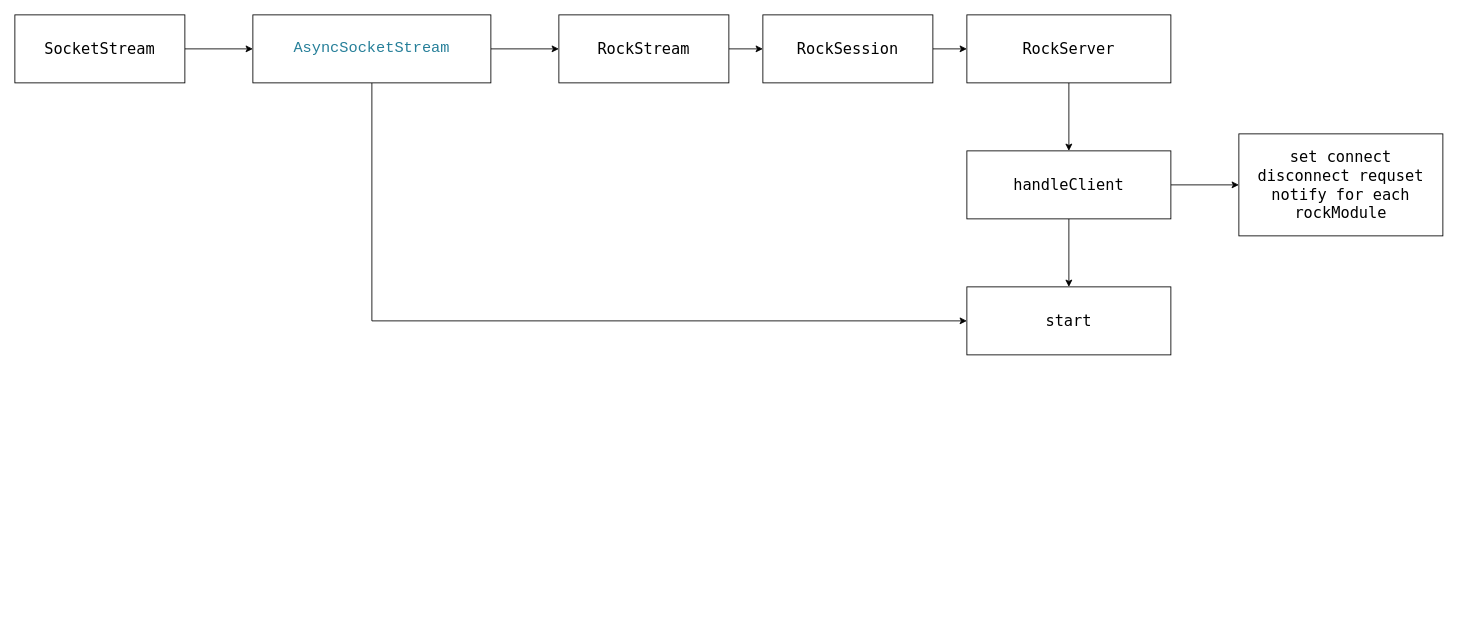
Earlier version of the draw.io diagram rockserver.drawio (Mn258/WebServer). Source tidied: cells renumbered, new cells numbered last; positions are measured from the earlier drawing's top-left corner, leaving out a move shared by most shapes. Both pictures are drawn from the tidied source at 85%, with x=0, y=0 at pixel (14, 14).
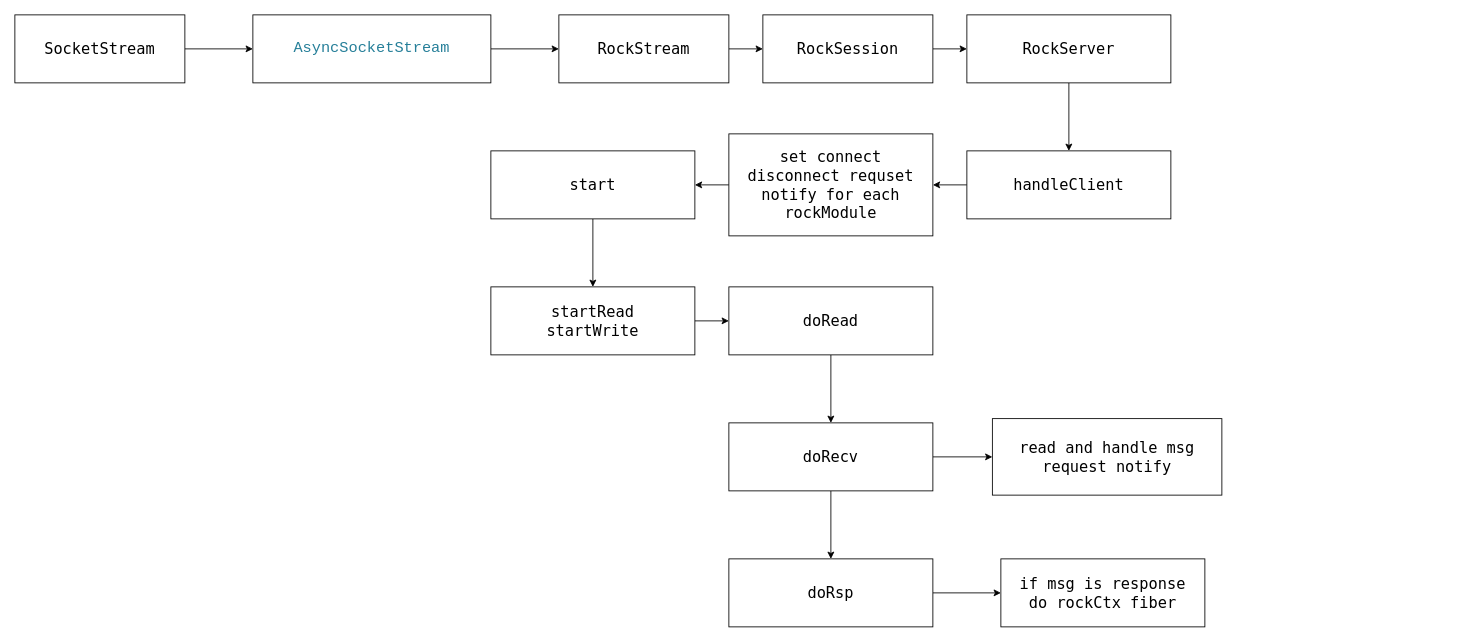
The same diagram, later.

The change refers to these unchanged cells:
```xml
<mxCell id="6" value="&lt;pre style=&quot;color: rgb(59, 59, 59); background-color: rgb(255, 255, 255); font-family: Consolas, &amp;quot;Courier New&amp;quot;, monospace; line-height: 19px; white-space: pre;&quot;&gt;&lt;span style=&quot;color: rgb(38, 127, 153);&quot;&gt;&lt;font style=&quot;font-size: 18px;&quot;&gt;AsyncSocketStream&lt;/font&gt;&lt;/span&gt;&lt;/pre&gt;" style="rounded=0;whiteSpace=wrap;html=1;" parent="1" vertex="1">
  <mxGeometry x="280" width="280" height="80" as="geometry" />
</mxCell>
<mxCell id="15" value="&lt;font face=&quot;Lucida Console&quot;&gt;&lt;span style=&quot;font-size: 18px;&quot;&gt;handleClient&lt;/span&gt;&lt;/font&gt;" style="rounded=0;whiteSpace=wrap;html=1;" parent="1" vertex="1">
  <mxGeometry x="1120" y="160" width="240" height="80" as="geometry" />
</mxCell>
```

Change to the diagram source:
```diff
@@
-    <mxCell id="5" style="edgeStyle=orthogonalEdgeStyle;rounded=0;jettySize=auto;html=1;exitX=0.5;exitY=1;exitDx=0;exitDy=0;entryX=0;entryY=0.5;entryDx=0;entryDy=0;" parent="1" edge="1" source="6" target="17">
-      <mxGeometry relative="1" as="geometry" />
-    </mxCell>
@@
-    <mxCell id="14" style="edgeStyle=orthogonalEdgeStyle;rounded=0;jettySize=auto;html=1;" parent="1" edge="1" source="15" target="17">
-      <mxGeometry relative="1" as="geometry" />
-    </mxCell>
@@
+    <mxCell id="18" style="edgeStyle=orthogonalEdgeStyle;rounded=0;jettySize=auto;html=1;" parent="1" edge="1" source="16" target="17">
+      <mxGeometry relative="1" as="geometry" />
+    </mxCell>
     <mxCell id="16" value="&lt;font face=&quot;Lucida Console&quot;&gt;&lt;span style=&quot;font-size: 18px;&quot;&gt;set connect disconnect requset notify for each rockModule&lt;/span&gt;&lt;/font&gt;" style="rounded=0;whiteSpace=wrap;html=1;" parent="1" vertex="1">
-      <mxGeometry x="1440" y="140" width="240" height="120" as="geometry" />
+      <mxGeometry x="840" y="140" width="240" height="120" as="geometry" />
     </mxCell>
+    <mxCell id="19" style="edgeStyle=orthogonalEdgeStyle;rounded=0;jettySize=auto;html=1;" parent="1" edge="1" source="17" target="21">
+      <mxGeometry relative="1" as="geometry" />
+    </mxCell>
     <mxCell id="17" value="&lt;font face=&quot;Lucida Console&quot;&gt;&lt;span style=&quot;font-size: 18px;&quot;&gt;start&lt;/span&gt;&lt;/font&gt;" style="rounded=0;whiteSpace=wrap;html=1;" parent="1" vertex="1">
-      <mxGeometry x="1120" y="320" width="240" height="80" as="geometry" />
+      <mxGeometry x="560" y="160" width="240" height="80" as="geometry" />
     </mxCell>
+    <mxCell id="20" style="edgeStyle=orthogonalEdgeStyle;rounded=0;jettySize=auto;html=1;" parent="1" edge="1" source="21" target="23">
+      <mxGeometry relative="1" as="geometry" />
+    </mxCell>
+    <mxCell id="21" value="&lt;font face=&quot;Lucida Console&quot;&gt;&lt;span style=&quot;font-size: 18px;&quot;&gt;startRead&lt;/span&gt;&lt;/font&gt;&lt;div&gt;&lt;span style=&quot;font-size: 18px; font-family: &amp;quot;Lucida Console&amp;quot;; background-color: initial;&quot;&gt;startWrite&lt;/span&gt;&lt;/div&gt;" style="rounded=0;whiteSpace=wrap;html=1;" parent="1" vertex="1">
+      <mxGeometry x="560" y="320" width="240" height="80" as="geometry" />
+    </mxCell>
+    <mxCell id="22" style="edgeStyle=orthogonalEdgeStyle;rounded=0;jettySize=auto;html=1;" parent="1" edge="1" source="23" target="27">
+      <mxGeometry relative="1" as="geometry" />
+    </mxCell>
+    <mxCell id="23" value="&lt;font face=&quot;Lucida Console&quot;&gt;&lt;span style=&quot;font-size: 18px;&quot;&gt;doRead&lt;/span&gt;&lt;/font&gt;" style="rounded=0;whiteSpace=wrap;html=1;" parent="1" vertex="1">
+      <mxGeometry x="840" y="320" width="240" height="80" as="geometry" />
+    </mxCell>
+    <mxCell id="24" value="&lt;font face=&quot;Lucida Console&quot;&gt;&lt;span style=&quot;font-size: 18px;&quot;&gt;read and handle msg&lt;/span&gt;&lt;/font&gt;&lt;div&gt;&lt;font face=&quot;Lucida Console&quot;&gt;&lt;span style=&quot;font-size: 18px;&quot;&gt;request notify&lt;/span&gt;&lt;/font&gt;&lt;/div&gt;" style="rounded=0;whiteSpace=wrap;html=1;" parent="1" vertex="1">
+      <mxGeometry x="1150" y="475" width="270" height="90" as="geometry" />
+    </mxCell>
+    <mxCell id="25" style="edgeStyle=orthogonalEdgeStyle;rounded=0;jettySize=auto;html=1;" parent="1" edge="1" source="27" target="24">
+      <mxGeometry relative="1" as="geometry" />
+    </mxCell>
+    <mxCell id="26" style="edgeStyle=orthogonalEdgeStyle;rounded=0;jettySize=auto;html=1;" parent="1" edge="1" source="27" target="29">
+      <mxGeometry relative="1" as="geometry" />
+    </mxCell>
+    <mxCell id="27" value="&lt;font face=&quot;Lucida Console&quot;&gt;&lt;span style=&quot;font-size: 18px;&quot;&gt;doRecv&lt;/span&gt;&lt;/font&gt;" style="rounded=0;whiteSpace=wrap;html=1;" parent="1" vertex="1">
+      <mxGeometry x="840" y="480" width="240" height="80" as="geometry" />
+    </mxCell>
+    <mxCell id="28" style="edgeStyle=orthogonalEdgeStyle;rounded=0;jettySize=auto;html=1;" parent="1" edge="1" source="29" target="30">
+      <mxGeometry relative="1" as="geometry" />
+    </mxCell>
+    <mxCell id="29" value="&lt;font face=&quot;Lucida Console&quot;&gt;&lt;span style=&quot;font-size: 18px;&quot;&gt;doRsp&lt;/span&gt;&lt;/font&gt;" style="rounded=0;whiteSpace=wrap;html=1;" parent="1" vertex="1">
+      <mxGeometry x="840" y="640" width="240" height="80" as="geometry" />
+    </mxCell>
+    <mxCell id="30" value="&lt;font face=&quot;Lucida Console&quot;&gt;&lt;span style=&quot;font-size: 18px;&quot;&gt;if msg is response&lt;/span&gt;&lt;/font&gt;&lt;div&gt;&lt;font face=&quot;Lucida Console&quot;&gt;&lt;span style=&quot;font-size: 18px;&quot;&gt;do rockCtx fiber&lt;/span&gt;&lt;/font&gt;&lt;/div&gt;" style="rounded=0;whiteSpace=wrap;html=1;" parent="1" vertex="1">
+      <mxGeometry x="1160" y="640" width="240" height="80" as="geometry" />
+    </mxCell>
```
